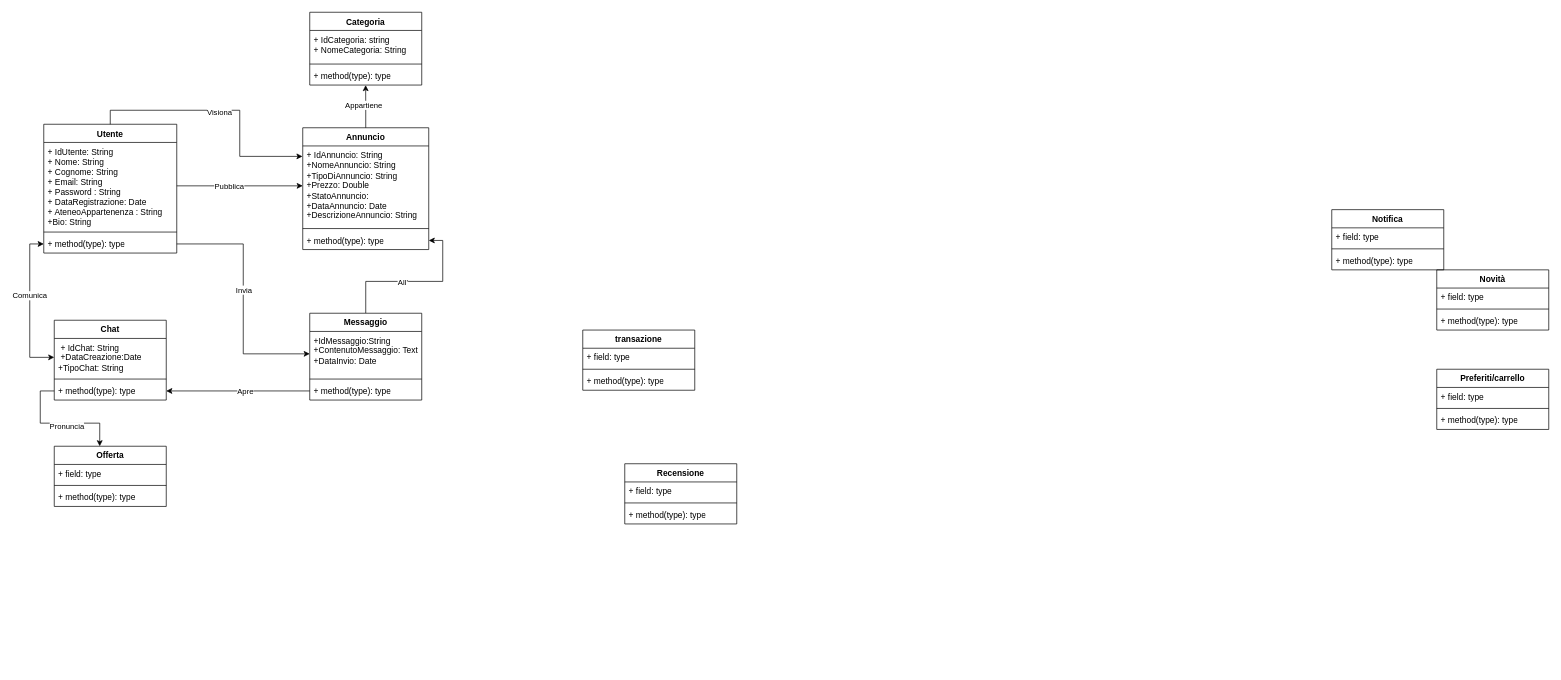
Above: UML/Prototipo uml da completare.drawio.xml in Carloj005/ProgettoJavaSQLUni (draw.io), before the change. Source tidied: cells renumbered, new cells numbered last; positions are measured from the earlier drawing's top-left corner, leaving out a move shared by most shapes. Both pictures are drawn from the tidied source at 70%, with x=0, y=0 at pixel (43, 12).
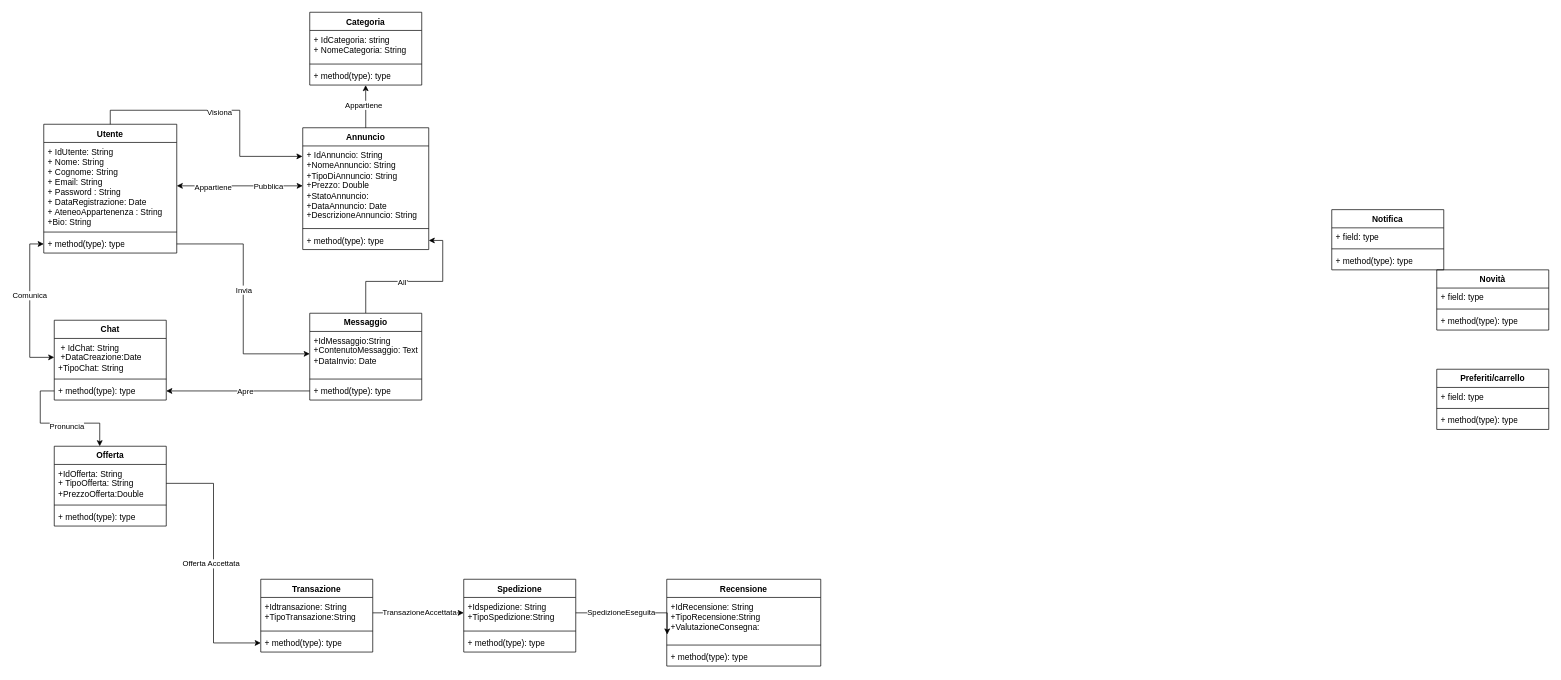
Above is the later version.

Commit message:
Uml Aggiornato

Unchanged cells that the change refers to:
```xml
<mxCell id="3" value="+ IdUtente: String&lt;div&gt;+ Nome: String&lt;/div&gt;&lt;div&gt;+ Cognome: String&lt;/div&gt;&lt;div&gt;+ Email: String&lt;/div&gt;&lt;div&gt;+ Password : String&lt;/div&gt;&lt;div&gt;+ DataRegistrazione: Date&lt;/div&gt;&lt;div&gt;+ AteneoAppartenenza : String&lt;/div&gt;&lt;div&gt;+Bio: String&lt;/div&gt;" style="text;strokeColor=none;fillColor=none;align=left;verticalAlign=top;spacingLeft=4;spacingRight=4;overflow=hidden;points=[[0,0.5],[1,0.5]];portConstraint=eastwest;whiteSpace=wrap;html=1;" parent="2" vertex="1">
  <mxGeometry y="26" width="190" height="124" as="geometry" />
</mxCell>
<mxCell id="7" value="+ IdAnnuncio: String&lt;div&gt;+NomeAnnuncio: String&lt;/div&gt;&lt;div&gt;+TipoDiAnnuncio: String&lt;/div&gt;&lt;div&gt;+Prezzo: Double&lt;/div&gt;&lt;div&gt;+StatoAnnuncio:&amp;nbsp;&lt;/div&gt;&lt;div&gt;+DataAnnuncio: Date&lt;/div&gt;&lt;div&gt;+DescrizioneAnnuncio: String&lt;/div&gt;" style="text;strokeColor=none;fillColor=none;align=left;verticalAlign=top;spacingLeft=4;spacingRight=4;overflow=hidden;points=[[0,0.5],[1,0.5]];portConstraint=eastwest;whiteSpace=wrap;html=1;" parent="6" vertex="1">
  <mxGeometry y="26" width="180" height="114" as="geometry" />
</mxCell>
```

Diff of the diagram source:
```diff
@@
     <mxCell id="14" value="Offerta" style="swimlane;fontStyle=1;align=center;verticalAlign=top;horizontal=1;startSize=26;whiteSpace=wrap;html=1;" parent="1" vertex="1">
-      <mxGeometry x="15" y="620" width="160" height="86" as="geometry" />
+      <mxGeometry x="15" y="620" width="160" height="114" as="geometry" />
     </mxCell>
-    <mxCell id="15" value="+ field: type" style="text;strokeColor=none;fillColor=none;align=left;verticalAlign=top;spacingLeft=4;spacingRight=4;overflow=hidden;points=[[0,0.5],[1,0.5]];portConstraint=eastwest;whiteSpace=wrap;html=1;" parent="14" vertex="1">
-      <mxGeometry y="26" width="160" height="26" as="geometry" />
+    <mxCell id="15" value="+IdOfferta: String&lt;div&gt;+ TipoOfferta: String&lt;div&gt;+PrezzoOfferta:Double&lt;/div&gt;&lt;/div&gt;" style="text;strokeColor=none;fillColor=none;align=left;verticalAlign=top;spacingLeft=4;spacingRight=4;overflow=hidden;points=[[0,0.5],[1,0.5]];portConstraint=eastwest;whiteSpace=wrap;html=1;" parent="14" vertex="1">
+      <mxGeometry y="26" width="160" height="54" as="geometry" />
     </mxCell>
     <mxCell id="16" style="line;strokeWidth=1;fillColor=none;align=left;verticalAlign=middle;spacingTop=-1;spacingLeft=3;spacingRight=3;labelPosition=right;strokeColor=inherit;" parent="14" vertex="1">
-      <mxGeometry y="52" width="160" height="8" as="geometry" />
+      <mxGeometry y="80" width="160" height="8" as="geometry" />
     </mxCell>
     <mxCell id="17" value="+ method(type): type" style="text;strokeColor=none;fillColor=none;align=left;verticalAlign=top;spacingLeft=4;spacingRight=4;overflow=hidden;whiteSpace=wrap;html=1;" parent="14" vertex="1">
-      <mxGeometry y="60" width="160" height="26" as="geometry" />
+      <mxGeometry y="88" width="160" height="26" as="geometry" />
     </mxCell>
@@
     <mxCell id="24" value="Recensione" style="swimlane;fontStyle=1;align=center;verticalAlign=top;horizontal=1;startSize=26;whiteSpace=wrap;html=1;" parent="1" vertex="1">
-      <mxGeometry x="830" y="645" width="160" height="86" as="geometry" />
+      <mxGeometry x="890" y="810" width="220" height="124" as="geometry" />
     </mxCell>
-    <mxCell id="25" value="+ field: type" style="text;strokeColor=none;fillColor=none;align=left;verticalAlign=top;spacingLeft=4;spacingRight=4;overflow=hidden;points=[[0,0.5],[1,0.5]];portConstraint=eastwest;whiteSpace=wrap;html=1;" parent="24" vertex="1">
-      <mxGeometry y="26" width="160" height="26" as="geometry" />
+    <mxCell id="25" value="+IdRecensione: String&lt;div&gt;+TipoRecensione:String&lt;/div&gt;&lt;div&gt;+ValutazioneConsegna:&lt;/div&gt;" style="text;strokeColor=none;fillColor=none;align=left;verticalAlign=top;spacingLeft=4;spacingRight=4;overflow=hidden;points=[[0,0.5],[1,0.5]];portConstraint=eastwest;whiteSpace=wrap;html=1;" parent="24" vertex="1">
+      <mxGeometry y="26" width="220" height="64" as="geometry" />
     </mxCell>
     <mxCell id="26" style="line;strokeWidth=1;fillColor=none;align=left;verticalAlign=middle;spacingTop=-1;spacingLeft=3;spacingRight=3;labelPosition=right;strokeColor=inherit;" parent="24" vertex="1">
-      <mxGeometry y="52" width="160" height="8" as="geometry" />
+      <mxGeometry y="90" width="220" height="8" as="geometry" />
     </mxCell>
     <mxCell id="27" value="+ method(type): type" style="text;strokeColor=none;fillColor=none;align=left;verticalAlign=top;spacingLeft=4;spacingRight=4;overflow=hidden;whiteSpace=wrap;html=1;" parent="24" vertex="1">
-      <mxGeometry y="60" width="160" height="26" as="geometry" />
+      <mxGeometry y="98" width="220" height="26" as="geometry" />
     </mxCell>
-    <mxCell id="28" value="transazione" style="swimlane;fontStyle=1;align=center;verticalAlign=top;horizontal=1;startSize=26;whiteSpace=wrap;html=1;" parent="1" vertex="1">
-      <mxGeometry x="770" y="454" width="160" height="86" as="geometry" />
-    </mxCell>
-    <mxCell id="29" value="+ field: type" style="text;strokeColor=none;fillColor=none;align=left;verticalAlign=top;spacingLeft=4;spacingRight=4;overflow=hidden;whiteSpace=wrap;html=1;" parent="28" vertex="1">
-      <mxGeometry y="26" width="160" height="26" as="geometry" />
-    </mxCell>
-    <mxCell id="30" style="line;strokeWidth=1;fillColor=none;align=left;verticalAlign=middle;spacingTop=-1;spacingLeft=3;spacingRight=3;labelPosition=right;strokeColor=inherit;" parent="28" vertex="1">
-      <mxGeometry y="52" width="160" height="8" as="geometry" />
-    </mxCell>
-    <mxCell id="31" value="+ method(type): type" style="text;strokeColor=none;fillColor=none;align=left;verticalAlign=top;spacingLeft=4;spacingRight=4;overflow=hidden;whiteSpace=wrap;html=1;" parent="28" vertex="1">
-      <mxGeometry y="60" width="160" height="26" as="geometry" />
-    </mxCell>
@@
-    <mxCell id="48" style="edgeStyle=orthogonalEdgeStyle;rounded=0;jettySize=auto;html=1;exitX=1;exitY=0.5;exitDx=0;exitDy=0;entryX=0;entryY=0.5;entryDx=0;entryDy=0;" parent="1" edge="1" source="3" target="7">
+    <mxCell id="48" style="edgeStyle=orthogonalEdgeStyle;rounded=0;jettySize=auto;html=1;exitX=1;exitY=0.5;exitDx=0;exitDy=0;entryX=0;entryY=0.5;entryDx=0;entryDy=0;startArrow=classic;startFill=1;" parent="1" edge="1" source="3" target="7">
       <mxGeometry relative="1" as="geometry" />
     </mxCell>
     <mxCell id="49" value="Pubblica" style="edgeLabel;html=1;align=center;verticalAlign=middle;" parent="48" vertex="1">
-      <mxGeometry x="-0.18" relative="1" as="geometry" />
+      <mxGeometry x="-0.18" relative="1" as="geometry">
+        <mxPoint x="56" as="offset" />
+      </mxGeometry>
     </mxCell>
+    <mxCell id="62" value="Appartiene" style="edgeLabel;html=1;align=center;verticalAlign=middle;" parent="48" vertex="1">
+      <mxGeometry x="-0.75" y="-2" relative="1" as="geometry">
+        <mxPoint x="28" as="offset" />
+      </mxGeometry>
+    </mxCell>
@@
+    <mxCell id="63" style="edgeStyle=orthogonalEdgeStyle;rounded=0;jettySize=auto;html=1;exitX=1;exitY=0.5;exitDx=0;exitDy=0;entryX=0;entryY=0.5;entryDx=0;entryDy=0;" parent="1" edge="1" source="15" target="68">
+      <mxGeometry relative="1" as="geometry" />
+    </mxCell>
+    <mxCell id="64" value="Offerta Accettata" style="edgeLabel;html=1;align=center;verticalAlign=middle;" parent="63" vertex="1">
+      <mxGeometry y="-4" relative="1" as="geometry" />
+    </mxCell>
+    <mxCell id="65" value="Transazione" style="swimlane;fontStyle=1;align=center;verticalAlign=top;horizontal=1;startSize=26;whiteSpace=wrap;html=1;" parent="1" vertex="1">
+      <mxGeometry x="310" y="810" width="160" height="104" as="geometry" />
+    </mxCell>
+    <mxCell id="66" value="+Idtransazione: String&lt;div&gt;+TipoTransazione:String&lt;/div&gt;&lt;div&gt;&lt;br&gt;&lt;/div&gt;" style="text;strokeColor=none;fillColor=none;align=left;verticalAlign=top;spacingLeft=4;spacingRight=4;overflow=hidden;points=[[0,0.5],[1,0.5]];portConstraint=eastwest;whiteSpace=wrap;html=1;" parent="65" vertex="1">
+      <mxGeometry y="26" width="160" height="44" as="geometry" />
+    </mxCell>
+    <mxCell id="67" style="line;strokeWidth=1;fillColor=none;align=left;verticalAlign=middle;spacingTop=-1;spacingLeft=3;spacingRight=3;labelPosition=right;strokeColor=inherit;" parent="65" vertex="1">
+      <mxGeometry y="70" width="160" height="8" as="geometry" />
+    </mxCell>
+    <mxCell id="68" value="+ method(type): type" style="text;strokeColor=none;fillColor=none;align=left;verticalAlign=top;spacingLeft=4;spacingRight=4;overflow=hidden;points=[[0,0.5],[1,0.5]];portConstraint=eastwest;whiteSpace=wrap;html=1;" parent="65" vertex="1">
+      <mxGeometry y="78" width="160" height="26" as="geometry" />
+    </mxCell>
+    <mxCell id="69" value="Spedizione" style="swimlane;fontStyle=1;align=center;verticalAlign=top;horizontal=1;startSize=26;whiteSpace=wrap;html=1;" parent="1" vertex="1">
+      <mxGeometry x="600" y="810" width="160" height="104" as="geometry" />
+    </mxCell>
+    <mxCell id="70" value="+Idspedizione: String&lt;div&gt;+TipoSpedizione:String&lt;/div&gt;" style="text;strokeColor=none;fillColor=none;align=left;verticalAlign=top;spacingLeft=4;spacingRight=4;overflow=hidden;points=[[0,0.5],[1,0.5]];portConstraint=eastwest;whiteSpace=wrap;html=1;" parent="69" vertex="1">
+      <mxGeometry y="26" width="160" height="44" as="geometry" />
+    </mxCell>
+    <mxCell id="71" style="line;strokeWidth=1;fillColor=none;align=left;verticalAlign=middle;spacingTop=-1;spacingLeft=3;spacingRight=3;labelPosition=right;strokeColor=inherit;" parent="69" vertex="1">
+      <mxGeometry y="70" width="160" height="8" as="geometry" />
+    </mxCell>
+    <mxCell id="72" value="+ method(type): type" style="text;strokeColor=none;fillColor=none;align=left;verticalAlign=top;spacingLeft=4;spacingRight=4;overflow=hidden;whiteSpace=wrap;html=1;" parent="69" vertex="1">
+      <mxGeometry y="78" width="160" height="26" as="geometry" />
+    </mxCell>
+    <mxCell id="73" style="edgeStyle=orthogonalEdgeStyle;rounded=0;jettySize=auto;html=1;exitX=1;exitY=0.5;exitDx=0;exitDy=0;" parent="1" edge="1" source="66" target="70">
+      <mxGeometry relative="1" as="geometry" />
+    </mxCell>
+    <mxCell id="74" value="TransazioneAccettata" style="edgeLabel;html=1;align=center;verticalAlign=middle;" parent="73" vertex="1">
+      <mxGeometry x="0.01" y="1" relative="1" as="geometry" />
+    </mxCell>
+    <mxCell id="75" style="edgeStyle=orthogonalEdgeStyle;rounded=0;jettySize=auto;html=1;exitX=1;exitY=0.5;exitDx=0;exitDy=0;entryX=0.003;entryY=0.827;entryDx=0;entryDy=0;entryPerimeter=0;" parent="1" edge="1" source="70" target="25">
+      <mxGeometry relative="1" as="geometry">
+        <Array as="points">
+          <mxPoint x="891" y="858" />
+        </Array>
+      </mxGeometry>
+    </mxCell>
+    <mxCell id="76" value="SpedizioneEseguita" style="edgeLabel;html=1;align=center;verticalAlign=middle;" parent="75" vertex="1">
+      <mxGeometry x="-0.21" y="1" relative="1" as="geometry" />
+    </mxCell>
```
